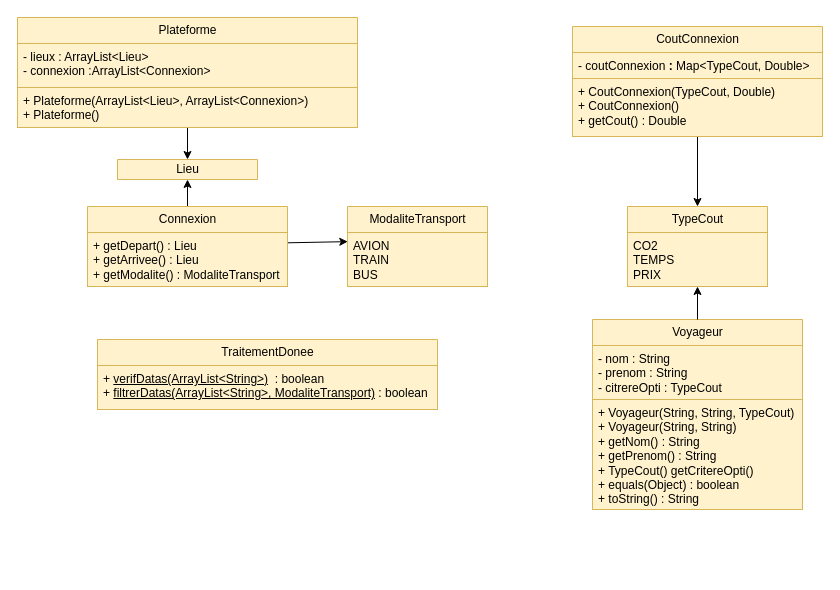
Before: rapport/uml.drawio in Nelioo7/GPS3000, a draw.io diagram. Source tidied: cells renumbered, new cells numbered last; positions are measured from the earlier drawing's top-left corner, leaving out a move shared by most shapes. Both pictures are drawn from the tidied source at 100%, with x=0, y=0 at pixel (17, 17).
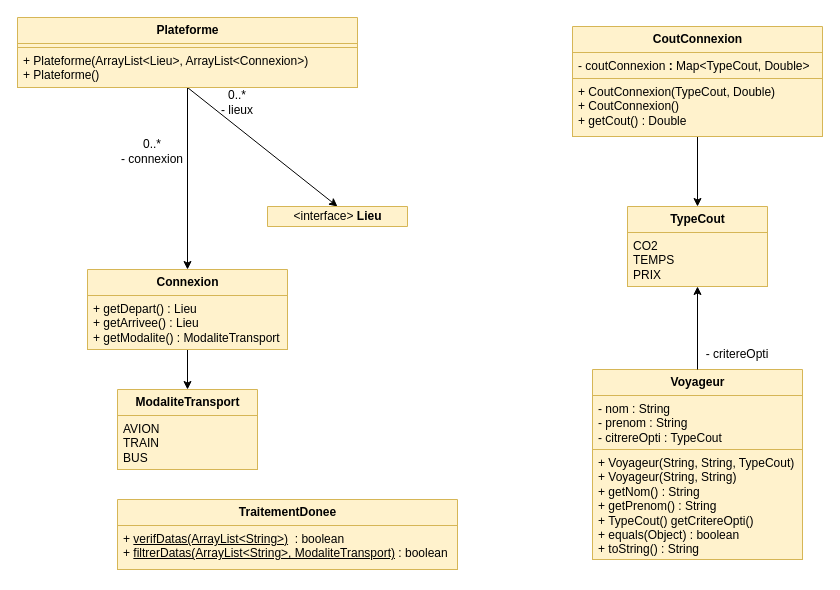
The same diagram, later.

The change refers to these unchanged cells:
```xml
<mxCell id="5" value="&lt;span&gt;&lt;font style=&quot;color: rgb(0, 0, 0);&quot;&gt;+ getDepart() : Lieu&lt;/font&gt;&lt;/span&gt;&lt;div style=&quot;scrollbar-color: rgb(226, 226, 226) rgb(251, 251, 251); color: rgb(63, 63, 63);&quot;&gt;&lt;font style=&quot;color: rgb(0, 0, 0);&quot;&gt;+ getArrivee() : Lieu&lt;/font&gt;&lt;/div&gt;&lt;div style=&quot;scrollbar-color: rgb(226, 226, 226) rgb(251, 251, 251); color: rgb(63, 63, 63);&quot;&gt;&lt;font style=&quot;color: rgb(0, 0, 0);&quot;&gt;+ getModalite() : ModaliteTransport&lt;/font&gt;&lt;/div&gt;" style="text;strokeColor=#d6b656;fillColor=#fff2cc;align=left;verticalAlign=top;spacingLeft=4;spacingRight=4;overflow=hidden;points=[[0,0.5],[1,0.5]];portConstraint=eastwest;whiteSpace=wrap;html=1;rounded=0;arcSize=7;" parent="4" vertex="1">
  <mxGeometry y="26" width="200" height="54" as="geometry" />
</mxCell>
<mxCell id="15" value="&lt;font style=&quot;color: rgb(0, 0, 0);&quot;&gt;AVION&lt;/font&gt;&lt;div&gt;&lt;font style=&quot;color: rgb(0, 0, 0);&quot;&gt;TRAIN&lt;/font&gt;&lt;/div&gt;&lt;div&gt;&lt;font style=&quot;color: rgb(0, 0, 0);&quot;&gt;BUS&lt;/font&gt;&lt;/div&gt;" style="text;strokeColor=#d6b656;fillColor=#fff2cc;align=left;verticalAlign=top;spacingLeft=4;spacingRight=4;overflow=hidden;points=[[0,0.5],[1,0.5]];portConstraint=eastwest;whiteSpace=wrap;html=1;rounded=0;arcSize=7;" parent="14" vertex="1">
  <mxGeometry y="26" width="140" height="54" as="geometry" />
</mxCell>
```

The edit, as a diff of the source:
```diff
@@
-    <mxCell id="2" style="edgeStyle=none;html=1;exitX=0.5;exitY=0;exitDx=0;exitDy=0;entryX=0.5;entryY=1;entryDx=0;entryDy=0;" parent="1" edge="1" source="4" target="23">
-      <mxGeometry relative="1" as="geometry" />
-    </mxCell>
-    <mxCell id="3" style="edgeStyle=none;html=1;exitX=0.998;exitY=0.191;exitDx=0;exitDy=0;entryX=0.002;entryY=0.169;entryDx=0;entryDy=0;entryPerimeter=0;exitPerimeter=0;" parent="1" edge="1" source="5" target="15">
+    <mxCell id="3" style="edgeStyle=none;html=1;exitX=0.5;exitY=1;exitDx=0;exitDy=0;entryX=0.5;entryY=0;entryDx=0;entryDy=0;" parent="1" edge="1" source="4" target="14">
       <mxGeometry relative="1" as="geometry" />
     </mxCell>
-    <mxCell id="4" value="Connexion" style="swimlane;fontStyle=0;horizontal=1;startSize=26;fillColor=#fff2cc;html=1;rounded=0;arcSize=7;strokeColor=#d6b656;" parent="1" vertex="1">
-      <mxGeometry x="70" y="189" width="200" height="80" as="geometry" />
+    <mxCell id="4" value="&lt;b&gt;Connexion&lt;/b&gt;" style="swimlane;fontStyle=0;horizontal=1;startSize=26;fillColor=#fff2cc;html=1;rounded=0;arcSize=7;strokeColor=#d6b656;" parent="1" vertex="1">
+      <mxGeometry x="70" y="252" width="200" height="80" as="geometry" />
     </mxCell>
@@
-    <mxCell id="7" value="CoutConnexion" style="swimlane;fontStyle=0;horizontal=1;startSize=26;fillColor=#fff2cc;html=1;rounded=0;arcSize=7;strokeColor=#d6b656;" parent="1" vertex="1">
+    <mxCell id="7" value="&lt;b&gt;CoutConnexion&lt;/b&gt;" style="swimlane;fontStyle=0;horizontal=1;startSize=26;fillColor=#fff2cc;html=1;rounded=0;arcSize=7;strokeColor=#d6b656;" parent="1" vertex="1">
       <mxGeometry x="555" y="9" width="250" height="110" as="geometry" />
     </mxCell>
@@
-    <mxCell id="10" value="TypeCout" style="swimlane;fontStyle=0;horizontal=1;startSize=26;fillColor=#fff2cc;html=1;rounded=0;arcSize=7;strokeColor=#d6b656;" parent="1" vertex="1">
+    <mxCell id="10" value="&lt;b&gt;TypeCout&lt;/b&gt;" style="swimlane;fontStyle=0;horizontal=1;startSize=26;fillColor=#fff2cc;html=1;rounded=0;arcSize=7;strokeColor=#d6b656;" parent="1" vertex="1">
       <mxGeometry x="610" y="189" width="140" height="80" as="geometry" />
     </mxCell>
@@
-    <mxCell id="12" value="TraitementDonee" style="swimlane;fontStyle=0;horizontal=1;startSize=26;fillColor=#fff2cc;html=1;rounded=0;arcSize=7;strokeColor=#d6b656;" parent="1" vertex="1">
-      <mxGeometry x="80" y="322" width="340" height="70" as="geometry" />
+    <mxCell id="12" value="&lt;b&gt;TraitementDonee&lt;/b&gt;" style="swimlane;fontStyle=0;horizontal=1;startSize=26;fillColor=#fff2cc;html=1;rounded=0;arcSize=7;strokeColor=#d6b656;" parent="1" vertex="1">
+      <mxGeometry x="100" y="482" width="340" height="70" as="geometry" />
     </mxCell>
@@
-    <mxCell id="14" value="ModaliteTransport" style="swimlane;fontStyle=0;horizontal=1;startSize=26;fillColor=#fff2cc;html=1;rounded=0;arcSize=7;strokeColor=#d6b656;" parent="1" vertex="1">
-      <mxGeometry x="330" y="189" width="140" height="80" as="geometry" />
+    <mxCell id="14" value="&lt;b&gt;ModaliteTransport&lt;/b&gt;" style="swimlane;fontStyle=0;horizontal=1;startSize=26;fillColor=#fff2cc;html=1;rounded=0;arcSize=7;strokeColor=#d6b656;" parent="1" vertex="1">
+      <mxGeometry x="100" y="372" width="140" height="80" as="geometry" />
     </mxCell>
@@
-    <mxCell id="16" value="Voyageur" style="swimlane;fontStyle=0;horizontal=1;startSize=26;fillColor=#fff2cc;html=1;rounded=0;arcSize=7;strokeColor=#d6b656;" parent="1" vertex="1">
-      <mxGeometry x="575" y="302" width="210" height="190" as="geometry" />
+    <mxCell id="16" value="&lt;b&gt;Voyageur&lt;/b&gt;" style="swimlane;fontStyle=0;horizontal=1;startSize=26;fillColor=#fff2cc;html=1;rounded=0;arcSize=7;strokeColor=#d6b656;" parent="1" vertex="1">
+      <mxGeometry x="575" y="352" width="210" height="190" as="geometry" />
     </mxCell>
@@
+    <mxCell id="25" style="edgeStyle=none;html=1;exitX=0.5;exitY=1;exitDx=0;exitDy=0;entryX=0.5;entryY=0;entryDx=0;entryDy=0;" parent="1" edge="1" source="20" target="4">
+      <mxGeometry relative="1" as="geometry" />
+    </mxCell>
-    <mxCell id="20" value="Plateforme" style="swimlane;fontStyle=0;horizontal=1;startSize=26;fillColor=#fff2cc;html=1;rounded=0;arcSize=7;strokeColor=#d6b656;" parent="1" vertex="1">
-      <mxGeometry width="340" height="110" as="geometry" />
+    <mxCell id="20" value="&lt;b&gt;Plateforme&lt;/b&gt;" style="swimlane;fontStyle=0;horizontal=1;startSize=26;fillColor=#fff2cc;html=1;rounded=0;arcSize=7;strokeColor=#d6b656;" parent="1" vertex="1">
+      <mxGeometry width="340" height="70" as="geometry" />
     </mxCell>
-    <mxCell id="21" value="- lieux : ArrayList&amp;lt;Lieu&amp;gt;&lt;br&gt;- connexion :ArrayList&amp;lt;Connexion&amp;gt;" style="text;strokeColor=#d6b656;fillColor=#fff2cc;align=left;verticalAlign=top;spacingLeft=4;spacingRight=4;overflow=hidden;whiteSpace=wrap;html=1;rounded=0;arcSize=7;" parent="20" vertex="1">
-      <mxGeometry y="26" width="340" height="44" as="geometry" />
+    <mxCell id="21" style="text;strokeColor=#d6b656;fillColor=#fff2cc;align=left;verticalAlign=top;spacingLeft=4;spacingRight=4;overflow=hidden;whiteSpace=wrap;html=1;rounded=0;arcSize=7;" parent="20" vertex="1">
+      <mxGeometry y="26" width="340" height="4" as="geometry" />
     </mxCell>
     <mxCell id="22" value="+ Plateforme(ArrayList&amp;lt;Lieu&amp;gt;, ArrayList&amp;lt;Connexion&amp;gt;)&lt;br&gt;+ Plateforme()" style="text;strokeColor=#d6b656;fillColor=#fff2cc;align=left;verticalAlign=top;spacingLeft=4;spacingRight=4;overflow=hidden;whiteSpace=wrap;html=1;rounded=0;arcSize=7;" parent="20" vertex="1">
-      <mxGeometry y="70" width="340" height="40" as="geometry" />
+      <mxGeometry y="30" width="340" height="40" as="geometry" />
     </mxCell>
-    <mxCell id="23" value="Lieu" style="swimlane;fontStyle=0;horizontal=1;startSize=26;fillColor=#fff2cc;html=1;rounded=0;arcSize=7;strokeColor=#d6b656;" parent="1" vertex="1">
-      <mxGeometry x="100" y="142" width="140" height="20" as="geometry" />
+    <mxCell id="23" value="&amp;lt;interface&amp;gt; &lt;b&gt;Lieu&lt;/b&gt;" style="swimlane;fontStyle=0;horizontal=1;startSize=20;fillColor=#fff2cc;html=1;rounded=0;arcSize=7;strokeColor=#d6b656;" parent="1" vertex="1">
+      <mxGeometry x="250" y="189" width="140" height="20" as="geometry" />
     </mxCell>
@@
+    <mxCell id="26" value="- critereOpti" style="text;html=1;align=center;verticalAlign=middle;whiteSpace=wrap;rounded=0;" parent="1" vertex="1">
+      <mxGeometry x="680" y="322" width="80" height="30" as="geometry" />
+    </mxCell>
+    <mxCell id="27" value="0..*&lt;br&gt;- lieux" style="text;html=1;align=center;verticalAlign=middle;whiteSpace=wrap;rounded=0;" parent="1" vertex="1">
+      <mxGeometry x="190" y="70" width="60" height="30" as="geometry" />
+    </mxCell>
+    <mxCell id="28" value="0..*&lt;br&gt;- connexion" style="text;html=1;align=center;verticalAlign=middle;whiteSpace=wrap;rounded=0;" parent="1" vertex="1">
+      <mxGeometry x="100" y="119" width="70" height="30" as="geometry" />
+    </mxCell>
```
